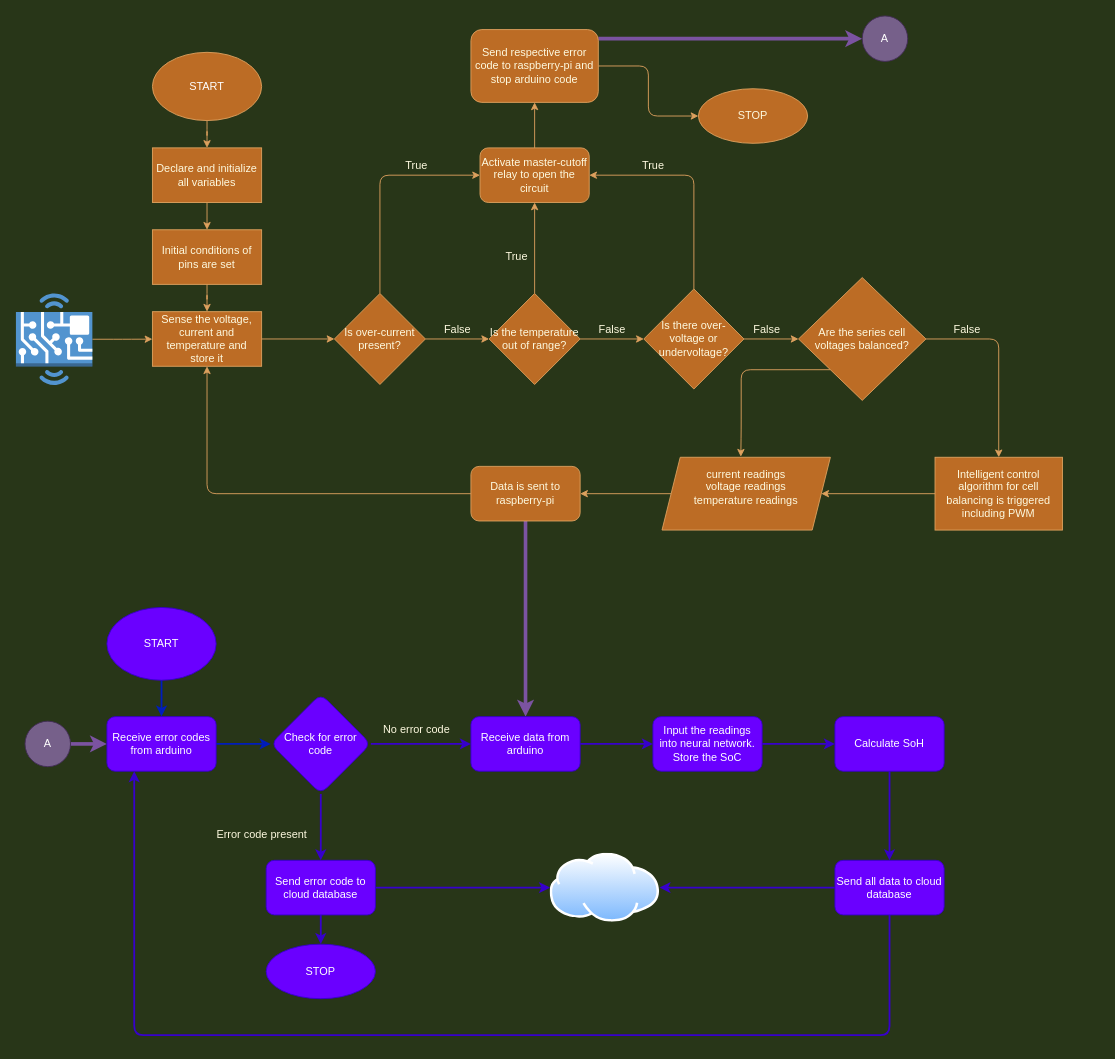
Before: bms_softwareMethodology.drawio in abhishekasharma206/BMS, a draw.io diagram. Source tidied: cells renumbered, new cells numbered last; positions are measured from the earlier drawing's top-left corner, leaving out a move shared by most shapes. Both pictures are drawn from the tidied source at 91%, with x=0, y=0 at pixel (15, 15).
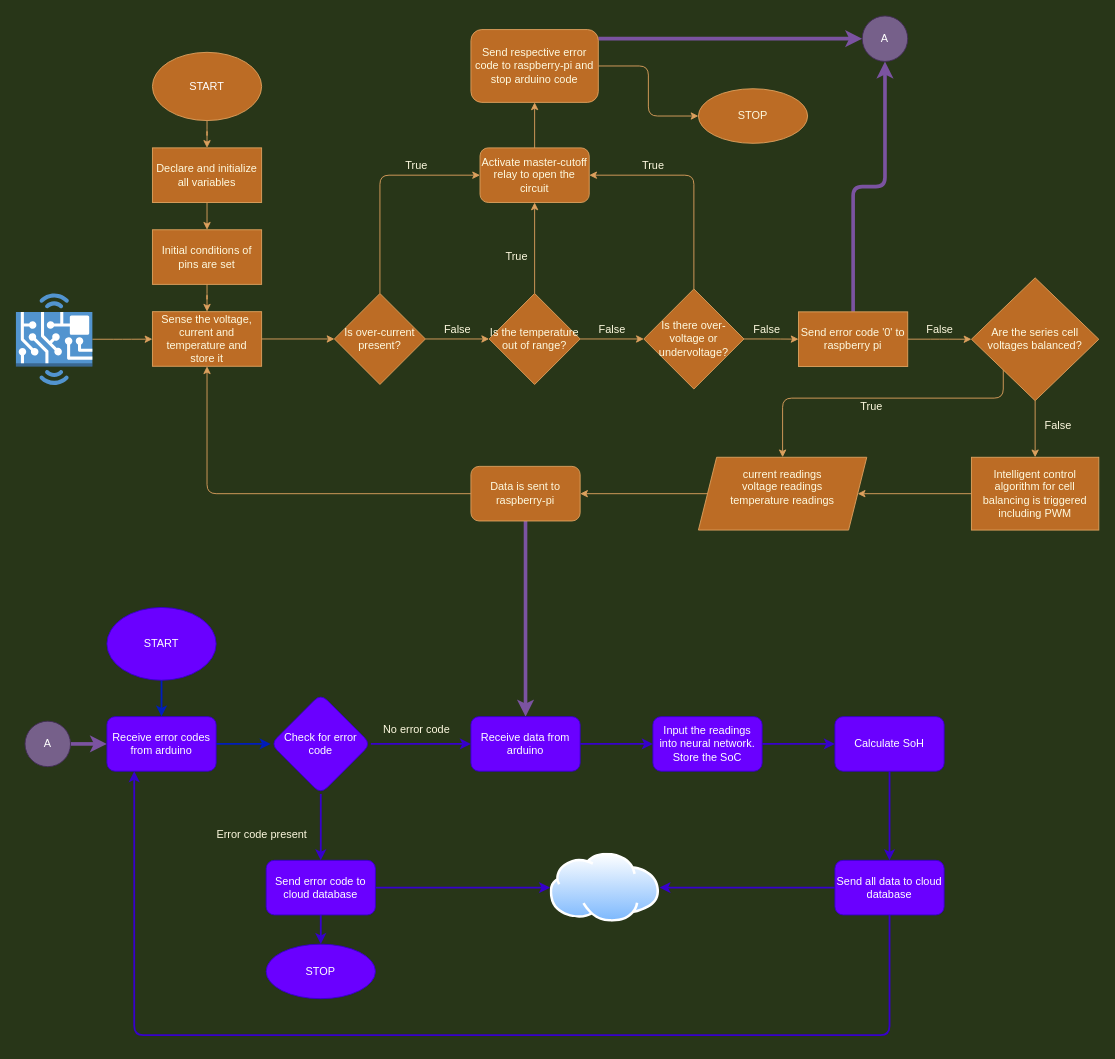
The same page after the edit.

The change refers to these unchanged cells:
```xml
<mxCell id="19" value="Is there over-voltage or undervoltage?" style="rhombus;whiteSpace=wrap;html=1;rounded=0;fontColor=#FEFAE0;strokeColor=#DDA15E;strokeWidth=1;fillColor=#BC6C25;sketch=0;" parent="1" vertex="1">
  <mxGeometry x="690" y="300" width="110" height="110" as="geometry" />
</mxCell>
<mxCell id="29" value="A" style="ellipse;whiteSpace=wrap;html=1;rounded=0;sketch=0;fontColor=#ffffff;strokeColor=#432D57;strokeWidth=1;fillColor=#76608a;" parent="1" vertex="1">
  <mxGeometry x="930" width="50" height="50" as="geometry" />
</mxCell>
```

Diff of the diagram source:
```diff
@@
-    <mxCell id="18" style="edgeStyle=orthogonalEdgeStyle;curved=0;sketch=0;jettySize=auto;html=1;fontColor=#FEFAE0;strokeColor=#DDA15E;fillColor=#BC6C25;" parent="1" edge="1" source="19" target="32">
+    <mxCell id="18" style="edgeStyle=orthogonalEdgeStyle;curved=0;sketch=0;jettySize=auto;html=1;fontColor=#FEFAE0;strokeColor=#DDA15E;fillColor=#BC6C25;entryX=0;entryY=0.5;entryDx=0;entryDy=0;" parent="1" edge="1" source="19" target="72">
       <mxGeometry relative="1" as="geometry" />
     </mxCell>
@@
-    <mxCell id="30" style="edgeStyle=orthogonalEdgeStyle;curved=0;sketch=0;jettySize=auto;html=1;fontColor=#FEFAE0;strokeColor=#DDA15E;fillColor=#BC6C25;" parent="1" edge="1" source="32" target="35">
-      <mxGeometry relative="1" as="geometry" />
-    </mxCell>
-    <mxCell id="31" style="edgeStyle=orthogonalEdgeStyle;curved=0;sketch=0;jettySize=auto;html=1;exitX=0;exitY=1;exitDx=0;exitDy=0;entryX=0.468;entryY=-0.008;entryDx=0;entryDy=0;entryPerimeter=0;fontColor=#FEFAE0;strokeColor=#DDA15E;fillColor=#BC6C25;" parent="1" edge="1" source="32" target="38">
-      <mxGeometry relative="1" as="geometry">
-        <Array as="points">
-          <mxPoint x="797" y="389" />
-          <mxPoint x="797" y="454" />
-        </Array>
-      </mxGeometry>
-    </mxCell>
-    <mxCell id="32" value="Are the series cell voltages balanced?" style="rhombus;whiteSpace=wrap;html=1;rounded=0;fontColor=#FEFAE0;strokeColor=#DDA15E;strokeWidth=1;fillColor=#BC6C25;sketch=0;" parent="1" vertex="1">
-      <mxGeometry x="860" y="287.5" width="140" height="135" as="geometry" />
-    </mxCell>
@@
     <mxCell id="35" value="Intelligent control algorithm for cell balancing is triggered including PWM" style="whiteSpace=wrap;html=1;rounded=0;fontColor=#FEFAE0;strokeColor=#DDA15E;strokeWidth=1;fillColor=#BC6C25;sketch=0;" parent="1" vertex="1">
-      <mxGeometry x="1010" y="485" width="140" height="80" as="geometry" />
+      <mxGeometry x="1050" y="485" width="140" height="80" as="geometry" />
     </mxCell>
     <mxCell id="36" value="False" style="text;html=1;align=center;verticalAlign=middle;strokeColor=none;fontColor=#FEFAE0;" parent="1" vertex="1">
-      <mxGeometry x="1020" y="335" width="50" height="20" as="geometry" />
+      <mxGeometry x="990" y="335" width="50" height="20" as="geometry" />
     </mxCell>
@@
     <mxCell id="38" value="&lt;div&gt;current readings&lt;/div&gt;&lt;div&gt;voltage readings&lt;/div&gt;&lt;div&gt;temperature readings&lt;/div&gt;&lt;div&gt;&lt;br&gt;&lt;/div&gt;" style="shape=parallelogram;perimeter=parallelogramPerimeter;whiteSpace=wrap;html=1;fixedSize=1;rounded=0;fontColor=#FEFAE0;strokeColor=#DDA15E;strokeWidth=1;fillColor=#BC6C25;sketch=0;" parent="1" vertex="1">
-      <mxGeometry x="710" y="485" width="185" height="80" as="geometry" />
+      <mxGeometry x="750" y="485" width="185" height="80" as="geometry" />
     </mxCell>
@@
+    <mxCell id="70" style="edgeStyle=orthogonalEdgeStyle;rounded=1;jettySize=auto;html=1;exitX=0.5;exitY=0;exitDx=0;exitDy=0;entryX=0.5;entryY=1;entryDx=0;entryDy=0;fontColor=#FEFAE0;strokeColor=#7B53A1;strokeWidth=4;fillColor=#76608a;sketch=0;" parent="1" edge="1" source="72" target="29">
+      <mxGeometry relative="1" as="geometry" />
+    </mxCell>
+    <mxCell id="71" style="edgeStyle=orthogonalEdgeStyle;rounded=1;jettySize=auto;html=1;exitX=1;exitY=0.5;exitDx=0;exitDy=0;entryX=0;entryY=0.5;entryDx=0;entryDy=0;fontColor=#FEFAE0;strokeColor=#DDA15E;fillColor=#BC6C25;sketch=0;" parent="1" edge="1" source="72" target="32">
+      <mxGeometry relative="1" as="geometry" />
+    </mxCell>
+    <mxCell id="72" value="Send error code '0' to raspberry pi" style="whiteSpace=wrap;html=1;rounded=0;fontColor=#FEFAE0;strokeColor=#DDA15E;strokeWidth=1;fillColor=#BC6C25;sketch=0;" parent="1" vertex="1">
+      <mxGeometry x="860" y="325.2" width="120" height="60" as="geometry" />
+    </mxCell>
+    <mxCell id="31" style="edgeStyle=orthogonalEdgeStyle;rounded=1;jettySize=auto;html=1;exitX=0;exitY=1;exitDx=0;exitDy=0;entryX=0.5;entryY=0;entryDx=0;entryDy=0;fontColor=#FEFAE0;strokeColor=#DDA15E;fillColor=#BC6C25;sketch=0;" parent="1" edge="1" source="32" target="38">
+      <mxGeometry relative="1" as="geometry">
+        <Array as="points">
+          <mxPoint x="1085" y="420" />
+          <mxPoint x="843" y="420" />
+        </Array>
+      </mxGeometry>
+    </mxCell>
+    <mxCell id="30" style="edgeStyle=orthogonalEdgeStyle;sketch=0;jettySize=auto;html=1;exitX=0.5;exitY=1;exitDx=0;exitDy=0;entryX=0.5;entryY=0;entryDx=0;entryDy=0;fontColor=#FEFAE0;strokeColor=#DDA15E;fillColor=#BC6C25;" parent="1" edge="1" source="32" target="35">
+      <mxGeometry relative="1" as="geometry" />
+    </mxCell>
+    <mxCell id="32" value="Are the series cell voltages balanced?" style="rhombus;whiteSpace=wrap;html=1;rounded=0;fontColor=#FEFAE0;strokeColor=#DDA15E;strokeWidth=1;fillColor=#BC6C25;sketch=0;" parent="1" vertex="1">
+      <mxGeometry x="1050" y="287.8" width="140" height="135" as="geometry" />
+    </mxCell>
+    <mxCell id="73" value="False" style="text;html=1;align=center;verticalAlign=middle;strokeColor=none;fontColor=#FEFAE0;" parent="1" vertex="1">
+      <mxGeometry x="1120" y="440" width="50" height="20" as="geometry" />
+    </mxCell>
+    <mxCell id="74" value="True" style="text;html=1;align=center;verticalAlign=middle;strokeColor=none;fontColor=#FEFAE0;" parent="1" vertex="1">
+      <mxGeometry x="920" y="420" width="40" height="20" as="geometry" />
+    </mxCell>
```
